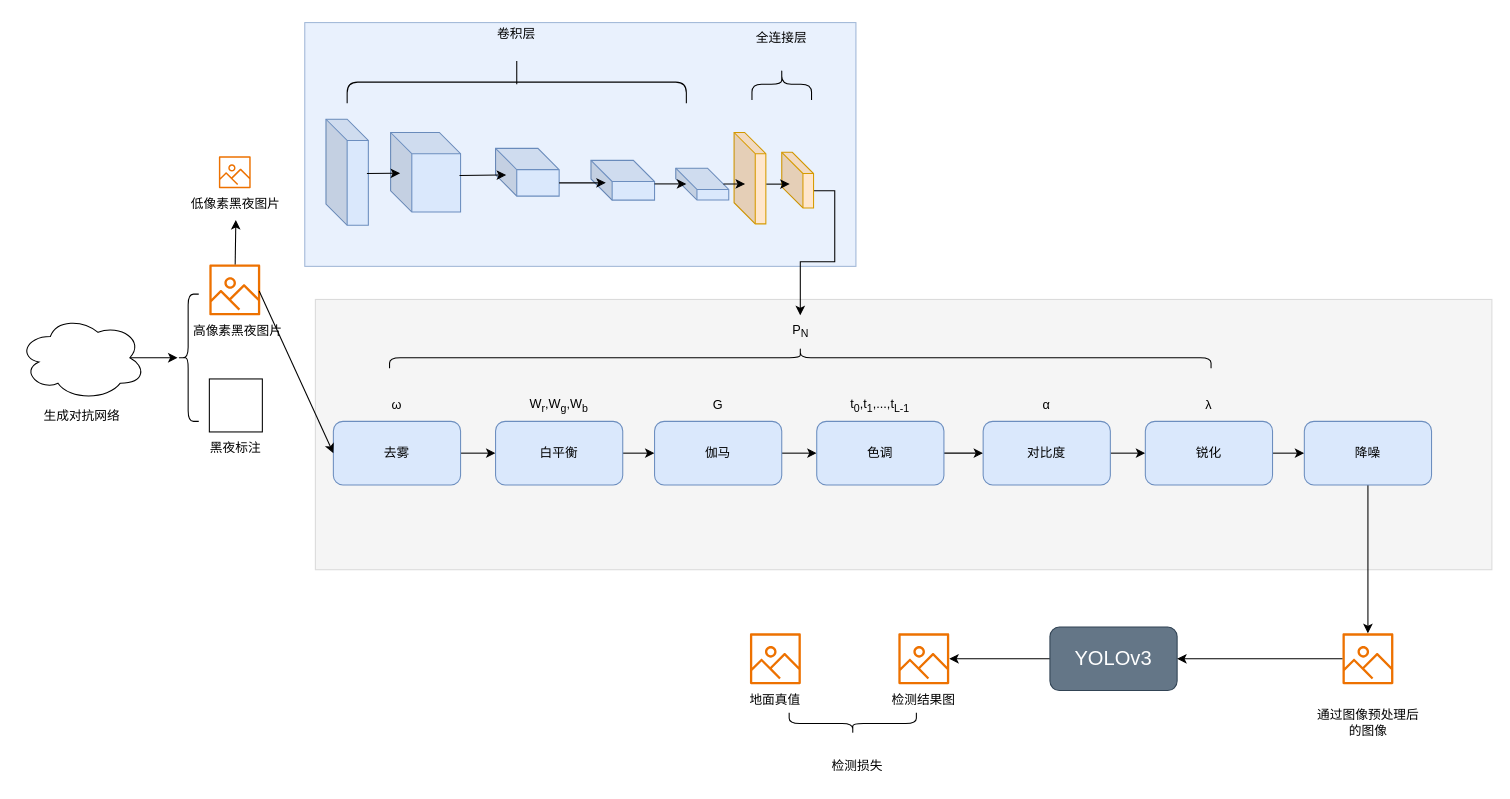
Earlier version of the draw.io diagram fkgal .drawio (UNIQUEXIONG123/UNIQUEXIONG123). Source tidied: cells renumbered, new cells numbered last; positions are measured from the earlier drawing's top-left corner, leaving out a move shared by most shapes. Both pictures are drawn from the tidied source at 106%, with x=0, y=0 at pixel (18, -77).
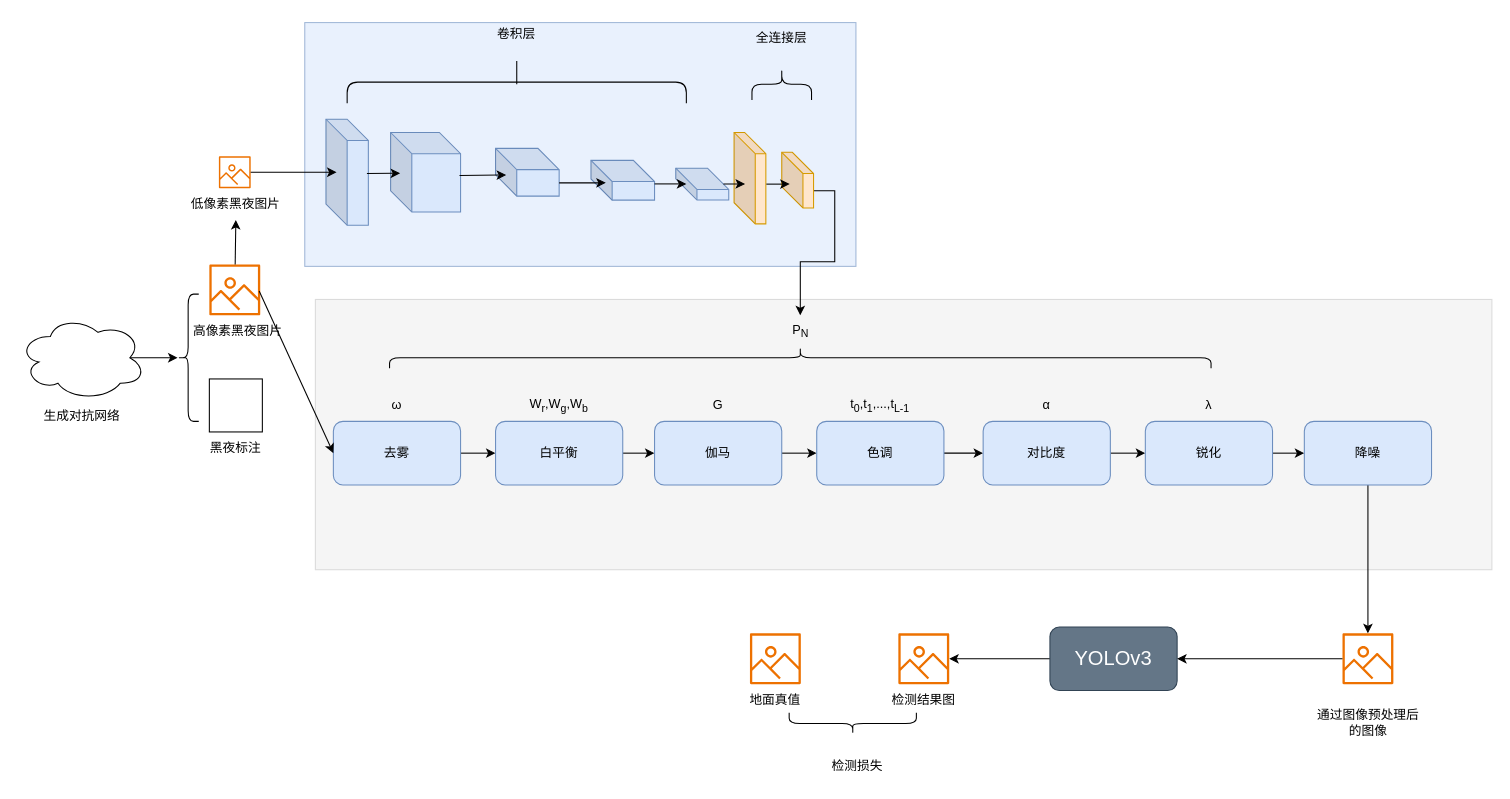
The same diagram, later.

The change refers to these unchanged cells:
```xml
<mxCell id="12" style="sketch=0;outlineConnect=0;fontColor=#232F3E;gradientColor=none;fillColor=#ED7100;strokeColor=none;dashed=0;verticalLabelPosition=bottom;verticalAlign=top;align=center;html=1;fontSize=12;fontStyle=0;shape=mxgraph.aws4.container_registry_image;" parent="1" vertex="1">
  <mxGeometry x="189" y="220" width="30" height="30" as="geometry" />
</mxCell>
```

Diff of the diagram source:
```diff
@@
+    <mxCell id="68" style="endArrow=classic;html=1;rounded=0;" parent="1" edge="1" source="12">
+      <mxGeometry relative="1" as="geometry">
+        <mxPoint x="300" y="235" as="targetPoint" />
+      </mxGeometry>
+    </mxCell>
```
